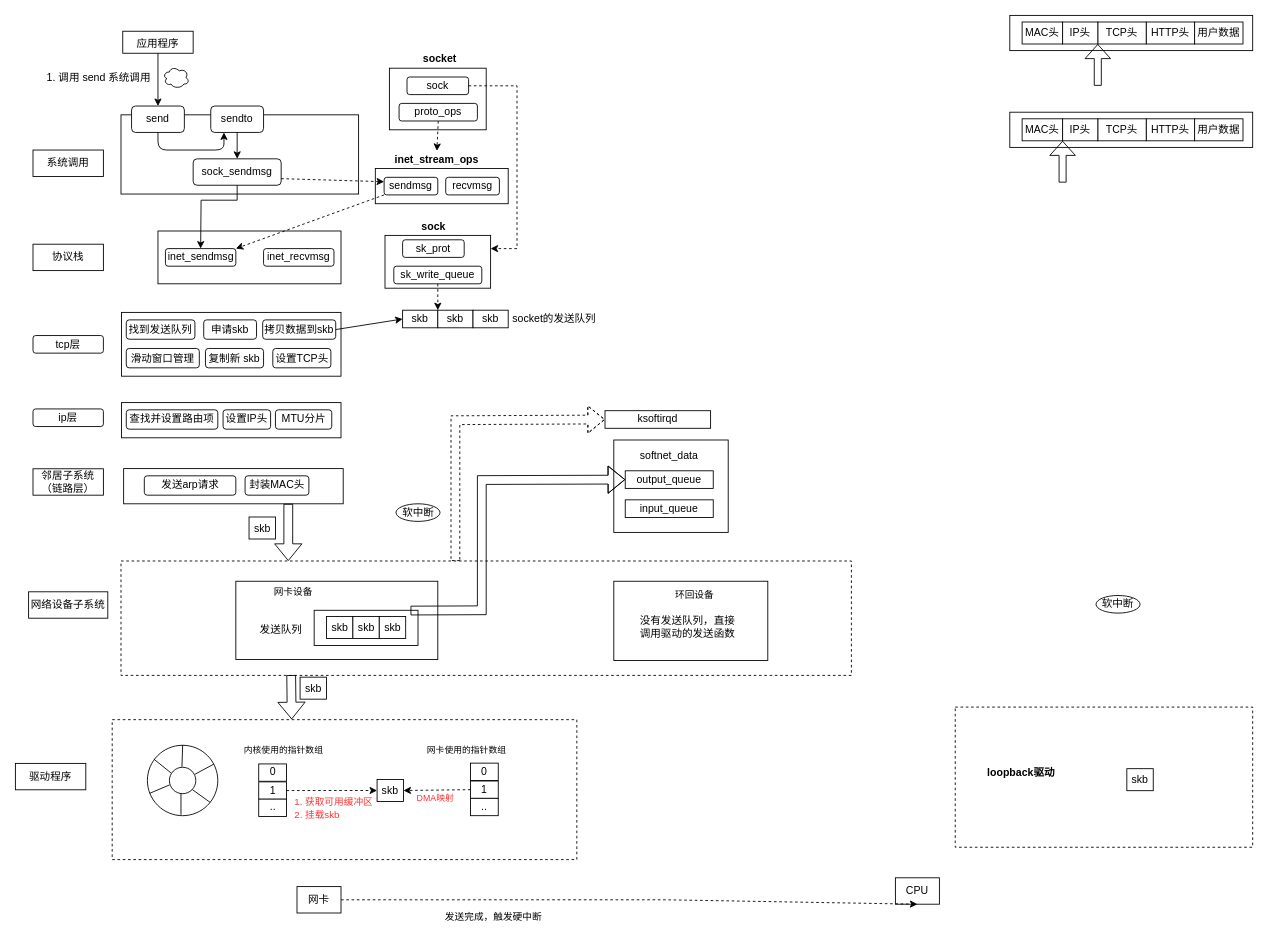
Earlier version of the draw.io diagram page "网络包发送" (2 of 2) of 图解网络.drawio (JianHao-Chen/UML). Source tidied: cells renumbered, new cells numbered last; positions are measured from the earlier drawing's top-left corner, leaving out a move shared by most shapes. Both pictures are drawn from the tidied source at 88%, with x=0, y=0 at pixel (15, 15).
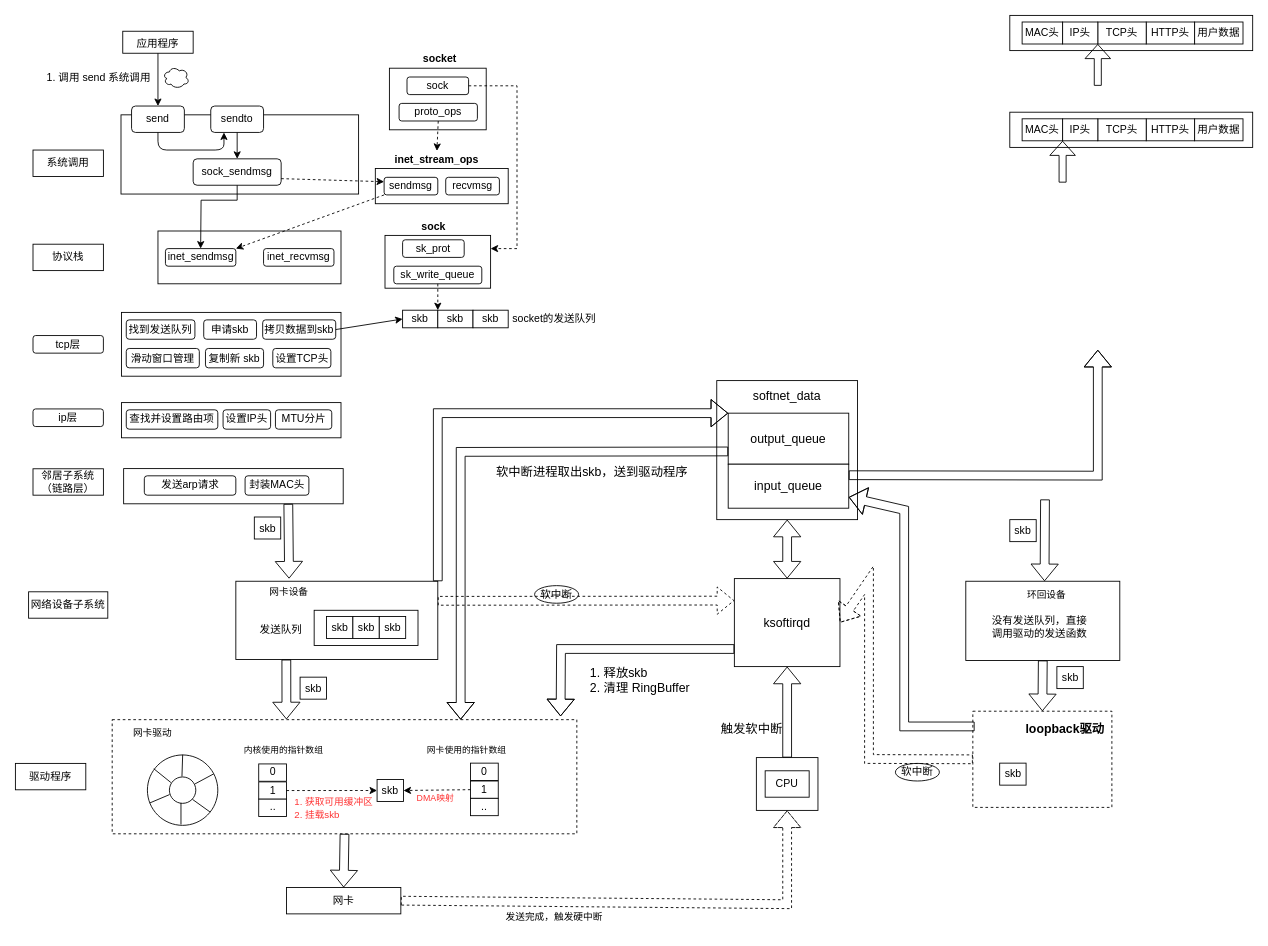
The same diagram, later.

Commit message (it also covers changes not shown here):
更新图解网络.drawio

The change refers to these unchanged cells:
```xml
<mxCell id="4" style="rounded=0;whiteSpace=wrap;html=1;strokeWidth=1;fontSize=11;fontColor=#000000;" parent="1" vertex="1">
  <mxGeometry x="250.5" y="643" width="229.5" height="89" as="geometry" />
</mxCell>
<mxCell id="72" style="rounded=0;whiteSpace=wrap;html=1;strokeWidth=1;fontSize=12;align=left;" parent="1" vertex="1">
  <mxGeometry x="123" y="515" width="249.5" height="40" as="geometry" />
</mxCell>
<mxCell id="78" style="rounded=0;whiteSpace=wrap;html=1;strokeWidth=1;fontSize=12;" parent="1" vertex="1">
  <mxGeometry x="339.5" y="676" width="118" height="40" as="geometry" />
</mxCell>
```

Change to the diagram source:
```diff
@@
-    <mxCell id="2" style="rounded=0;whiteSpace=wrap;html=1;dashed=1;" parent="1" vertex="1">
-      <mxGeometry x="120" y="620" width="830" height="130" as="geometry" />
-    </mxCell>
+    <mxCell id="125" style="rounded=0;whiteSpace=wrap;html=1;" parent="1" vertex="1">
+      <mxGeometry x="842" y="843.4" width="70" height="60" as="geometry" />
+    </mxCell>
     <mxCell id="3" style="rounded=0;whiteSpace=wrap;html=1;strokeWidth=1;fontSize=11;fontColor=#000000;dashed=1;" parent="1" vertex="1">
-      <mxGeometry x="1068" y="786" width="338" height="159.3" as="geometry" />
+      <mxGeometry x="1088" y="790.7" width="158" height="109.3" as="geometry" />
     </mxCell>
@@
     <mxCell id="5" style="rounded=0;whiteSpace=wrap;html=1;strokeWidth=1;fontSize=11;fontColor=#000000;dashed=1;" parent="1" vertex="1">
-      <mxGeometry x="110" y="800.3" width="528" height="159" as="geometry" />
+      <mxGeometry x="110" y="800.3" width="528" height="129.7" as="geometry" />
     </mxCell>
@@
     <mxCell id="76" value="网卡" style="rounded=0;whiteSpace=wrap;html=1;strokeWidth=1;fontSize=12;" parent="1" vertex="1">
-      <mxGeometry x="320" y="990" width="50" height="30" as="geometry" />
+      <mxGeometry x="308" y="991" width="130" height="30" as="geometry" />
     </mxCell>
     <mxCell id="77" value="CPU" style="rounded=0;whiteSpace=wrap;html=1;strokeWidth=1;fontSize=12;" parent="1" vertex="1">
-      <mxGeometry x="1000" y="980" width="50" height="30" as="geometry" />
+      <mxGeometry x="852" y="858.4" width="50" height="30" as="geometry" />
     </mxCell>
@@
     <mxCell id="83" style="rounded=0;whiteSpace=wrap;html=1;strokeWidth=1;fontSize=12;" parent="1" vertex="1">
-      <mxGeometry x="680" y="482.5" width="130" height="105" as="geometry" />
+      <mxGeometry x="797" y="415" width="160" height="158" as="geometry" />
     </mxCell>
-    <mxCell id="84" value="softnet_data" style="text;html=1;strokeColor=none;fillColor=none;align=center;verticalAlign=middle;whiteSpace=wrap;rounded=0;strokeWidth=1;fontSize=12;" parent="1" vertex="1">
-      <mxGeometry x="713" y="485.5" width="60" height="30" as="geometry" />
+    <mxCell id="84" value="&lt;font style=&quot;font-size: 14px;&quot;&gt;softnet_data&lt;/font&gt;" style="text;html=1;strokeColor=none;fillColor=none;align=center;verticalAlign=middle;whiteSpace=wrap;rounded=0;strokeWidth=1;fontSize=12;" parent="1" vertex="1">
+      <mxGeometry x="847" y="417.2" width="60" height="30" as="geometry" />
     </mxCell>
-    <mxCell id="85" value="output_queue" style="rounded=0;whiteSpace=wrap;html=1;strokeWidth=1;fontSize=12;" parent="1" vertex="1">
-      <mxGeometry x="693" y="517.5" width="100" height="20" as="geometry" />
+    <mxCell id="85" value="&lt;font style=&quot;font-size: 14px;&quot;&gt;output_queue&lt;/font&gt;" style="rounded=0;whiteSpace=wrap;html=1;strokeWidth=1;fontSize=12;" parent="1" vertex="1">
+      <mxGeometry x="810" y="452" width="137" height="58" as="geometry" />
     </mxCell>
-    <mxCell id="86" style="shape=flexArrow;endArrow=classic;html=1;rounded=0;fontSize=12;exitX=0.75;exitY=1;exitDx=0;exitDy=0;entryX=0.229;entryY=0;entryDx=0;entryDy=0;entryPerimeter=0;" parent="1" edge="1" source="72" target="2">
+    <mxCell id="86" style="shape=flexArrow;endArrow=classic;html=1;rounded=0;fontSize=12;exitX=0.75;exitY=1;exitDx=0;exitDy=0;entryX=0.5;entryY=0;entryDx=0;entryDy=0;" parent="1" edge="1" source="72" target="121">
       <mxGeometry relative="1" as="geometry" />
     </mxCell>
-    <mxCell id="87" value="ksoftirqd" style="rounded=0;whiteSpace=wrap;html=1;strokeWidth=1;fontSize=12;" parent="1" vertex="1">
-      <mxGeometry x="670" y="449.2" width="120" height="20" as="geometry" />
+    <mxCell id="87" value="&lt;font style=&quot;font-size: 14px;&quot;&gt;ksoftirqd&lt;/font&gt;" style="rounded=0;whiteSpace=wrap;html=1;strokeWidth=1;fontSize=12;" parent="1" vertex="1">
+      <mxGeometry x="817" y="640" width="120" height="100" as="geometry" />
     </mxCell>
-    <mxCell id="88" style="shape=flexArrow;endArrow=classic;html=1;rounded=0;fontSize=12;dashed=1;entryX=0;entryY=0.5;entryDx=0;entryDy=0;" parent="1" edge="1" target="87">
-      <mxGeometry relative="1" as="geometry">
-        <mxPoint x="500" y="620" as="sourcePoint" />
-        <Array as="points">
-          <mxPoint x="500" y="591" />
-          <mxPoint x="500" y="460" />
-        </Array>
-      </mxGeometry>
-    </mxCell>
     <mxCell id="89" value="软中断" style="ellipse;whiteSpace=wrap;html=1;strokeWidth=1;fontSize=12;" parent="1" vertex="1">
-      <mxGeometry x="432.5" y="555" width="50" height="20" as="geometry" />
+      <mxGeometry x="590" y="648" width="50" height="20" as="geometry" />
     </mxCell>
@@
     <mxCell id="91" style="verticalLabelPosition=bottom;verticalAlign=top;html=1;shape=mxgraph.basic.donut;dx=25;strokeWidth=1;fontSize=12;" parent="1" vertex="1">
-      <mxGeometry x="150" y="829.4" width="80" height="80" as="geometry" />
+      <mxGeometry x="150" y="840.4" width="80" height="80" as="geometry" />
     </mxCell>
@@
-    <mxCell id="111" style="endArrow=classic;html=1;rounded=0;dashed=1;fontSize=11;fontColor=#FF3333;exitX=1;exitY=0.5;exitDx=0;exitDy=0;entryX=0.5;entryY=1;entryDx=0;entryDy=0;" parent="1" edge="1" source="76" target="77">
-      <mxGeometry relative="1" as="geometry">
-        <Array as="points">
-          <mxPoint x="740" y="1005" />
-        </Array>
-      </mxGeometry>
-    </mxCell>
     <mxCell id="112" value="&lt;font color=&quot;#000000&quot;&gt;发送完成，触发硬中断&lt;/font&gt;" style="text;html=1;strokeColor=none;fillColor=none;align=center;verticalAlign=middle;whiteSpace=wrap;rounded=0;strokeWidth=1;fontSize=11;fontColor=#FF3333;" parent="1" vertex="1">
-      <mxGeometry x="480" y="1010" width="127" height="30" as="geometry" />
+      <mxGeometry x="548.8" y="1010" width="127" height="30" as="geometry" />
     </mxCell>
@@
     <mxCell id="114" style="rounded=0;whiteSpace=wrap;html=1;strokeWidth=1;fontSize=11;fontColor=#000000;" parent="1" vertex="1">
-      <mxGeometry x="680" y="643" width="175" height="90" as="geometry" />
+      <mxGeometry x="1080" y="643" width="175" height="90" as="geometry" />
     </mxCell>
     <mxCell id="115" value="&lt;span style=&quot;font-size: 11px;&quot;&gt;环回设备&lt;/span&gt;" style="text;html=1;strokeColor=none;fillColor=none;align=center;verticalAlign=middle;whiteSpace=wrap;rounded=0;" parent="1" vertex="1">
-      <mxGeometry x="742" y="643" width="60" height="30" as="geometry" />
+      <mxGeometry x="1142" y="643" width="60" height="30" as="geometry" />
     </mxCell>
     <mxCell id="116" value="没有发送队列，直接调用驱动的发送函数" style="text;html=1;strokeColor=none;fillColor=none;align=center;verticalAlign=middle;whiteSpace=wrap;rounded=0;strokeWidth=1;fontSize=12;" parent="1" vertex="1">
-      <mxGeometry x="705" y="680" width="118" height="30" as="geometry" />
+      <mxGeometry x="1105" y="680" width="118" height="30" as="geometry" />
     </mxCell>
-    <mxCell id="117" value="input_queue" style="rounded=0;whiteSpace=wrap;html=1;strokeWidth=1;fontSize=12;" parent="1" vertex="1">
-      <mxGeometry x="693" y="550.5" width="100" height="20" as="geometry" />
+    <mxCell id="117" value="&lt;font style=&quot;font-size: 14px;&quot;&gt;input_queue&lt;/font&gt;" style="rounded=0;whiteSpace=wrap;html=1;strokeWidth=1;fontSize=12;" parent="1" vertex="1">
+      <mxGeometry x="810" y="510" width="137" height="50" as="geometry" />
     </mxCell>
     <mxCell id="118" value="skb" style="rounded=0;whiteSpace=wrap;html=1;strokeWidth=1;fontSize=12;" parent="1" vertex="1">
-      <mxGeometry x="1263" y="856" width="30" height="25" as="geometry" />
+      <mxGeometry x="1118.5" y="849.7" width="30" height="25" as="geometry" />
     </mxCell>
-    <mxCell id="119" value="&lt;b&gt;loopback驱动&lt;/b&gt;" style="text;html=1;strokeColor=none;fillColor=none;align=center;verticalAlign=middle;whiteSpace=wrap;rounded=0;" parent="1" vertex="1">
-      <mxGeometry x="1093" y="845.7" width="100" height="30" as="geometry" />
+    <mxCell id="119" value="&lt;b&gt;&lt;font style=&quot;font-size: 14px;&quot;&gt;loopback驱动&lt;/font&gt;&lt;/b&gt;" style="text;html=1;strokeColor=none;fillColor=none;align=center;verticalAlign=middle;whiteSpace=wrap;rounded=0;" parent="1" vertex="1">
+      <mxGeometry x="1142.5" y="796.3" width="100" height="30" as="geometry" />
     </mxCell>
-    <mxCell id="120" style="shape=flexArrow;endArrow=classic;html=1;rounded=0;fontSize=12;exitX=0.233;exitY=0.997;exitDx=0;exitDy=0;exitPerimeter=0;" parent="1" edge="1" source="2">
+    <mxCell id="120" style="shape=flexArrow;endArrow=classic;html=1;rounded=0;fontSize=12;exitX=0.25;exitY=1;exitDx=0;exitDy=0;" parent="1" edge="1" source="4">
       <mxGeometry relative="1" as="geometry">
-        <mxPoint x="314" y="800" as="targetPoint" />
+        <mxPoint x="308" y="800" as="targetPoint" />
       </mxGeometry>
     </mxCell>
     <mxCell id="121" value="&lt;span style=&quot;font-size: 11px;&quot;&gt;网卡设备&lt;/span&gt;" style="text;html=1;strokeColor=none;fillColor=none;align=center;verticalAlign=middle;whiteSpace=wrap;rounded=0;" parent="1" vertex="1">
-      <mxGeometry x="286" y="640" width="60" height="30" as="geometry" />
+      <mxGeometry x="281" y="640" width="60" height="30" as="geometry" />
     </mxCell>
     <mxCell id="122" value="软中断" style="ellipse;whiteSpace=wrap;html=1;strokeWidth=1;fontSize=12;" parent="1" vertex="1">
-      <mxGeometry x="1228" y="659.2" width="50" height="20" as="geometry" />
+      <mxGeometry x="1000" y="850" width="50" height="20" as="geometry" />
     </mxCell>
-    <mxCell id="123" style="shape=flexArrow;endArrow=classic;html=1;rounded=0;entryX=0;entryY=0.5;entryDx=0;entryDy=0;exitX=0.928;exitY=0.008;exitDx=0;exitDy=0;exitPerimeter=0;" parent="1" edge="1" source="78" target="85">
-      <mxGeometry relative="1" as="geometry">
-        <Array as="points">
-          <mxPoint x="530" y="676" />
-          <mxPoint x="530" y="528" />
-        </Array>
-      </mxGeometry>
-    </mxCell>
     <mxCell id="124" value="skb" style="rounded=0;whiteSpace=wrap;html=1;strokeWidth=1;fontSize=12;" parent="1" vertex="1">
-      <mxGeometry x="265.5" y="570" width="30" height="25" as="geometry" />
+      <mxGeometry x="271.5" y="570" width="30" height="25" as="geometry" />
     </mxCell>
+    <mxCell id="126" value="&lt;span style=&quot;font-size: 11px;&quot;&gt;网卡驱动&lt;/span&gt;" style="text;html=1;strokeColor=none;fillColor=none;align=center;verticalAlign=middle;whiteSpace=wrap;rounded=0;" parent="1" vertex="1">
+      <mxGeometry x="126" y="800.3" width="60" height="30" as="geometry" />
+    </mxCell>
+    <mxCell id="127" value="skb" style="rounded=0;whiteSpace=wrap;html=1;strokeWidth=1;fontSize=12;" parent="1" vertex="1">
+      <mxGeometry x="1183.5" y="740" width="30" height="25" as="geometry" />
+    </mxCell>
+    <mxCell id="128" style="shape=flexArrow;endArrow=classic;html=1;rounded=0;fontSize=12;exitX=0.5;exitY=1;exitDx=0;exitDy=0;entryX=0.5;entryY=0;entryDx=0;entryDy=0;" parent="1" edge="1" source="114" target="3">
+      <mxGeometry relative="1" as="geometry" />
+    </mxCell>
+    <mxCell id="129" style="shape=flexArrow;endArrow=classic;html=1;rounded=0;dashed=1;exitX=1;exitY=0.5;exitDx=0;exitDy=0;entryX=0.5;entryY=1;entryDx=0;entryDy=0;" parent="1" edge="1" source="76" target="125">
+      <mxGeometry relative="1" as="geometry">
+        <Array as="points">
+          <mxPoint x="877" y="1010" />
+        </Array>
+      </mxGeometry>
+    </mxCell>
+    <mxCell id="130" style="shape=flexArrow;endArrow=classic;html=1;rounded=0;fontSize=12;exitX=0.5;exitY=1;exitDx=0;exitDy=0;entryX=0.5;entryY=0;entryDx=0;entryDy=0;" parent="1" edge="1" source="5" target="76">
+      <mxGeometry relative="1" as="geometry" />
+    </mxCell>
+    <mxCell id="131" style="shape=flexArrow;endArrow=classic;html=1;rounded=0;dashed=1;exitX=1;exitY=0.25;exitDx=0;exitDy=0;entryX=0;entryY=0.25;entryDx=0;entryDy=0;" parent="1" edge="1" source="4" target="87">
+      <mxGeometry relative="1" as="geometry" />
+    </mxCell>
+    <mxCell id="132" style="shape=flexArrow;endArrow=classic;html=1;rounded=0;exitX=1;exitY=0;exitDx=0;exitDy=0;entryX=0;entryY=0;entryDx=0;entryDy=0;" parent="1" edge="1" source="4" target="85">
+      <mxGeometry relative="1" as="geometry">
+        <Array as="points">
+          <mxPoint x="480" y="452" />
+        </Array>
+      </mxGeometry>
+    </mxCell>
+    <mxCell id="133" style="shape=flexArrow;endArrow=classic;html=1;rounded=0;fontSize=12;entryX=0.5;entryY=0;entryDx=0;entryDy=0;" parent="1" edge="1">
+      <mxGeometry relative="1" as="geometry">
+        <mxPoint x="1170" y="550" as="sourcePoint" />
+        <mxPoint x="1169.5" y="643" as="targetPoint" />
+      </mxGeometry>
+    </mxCell>
+    <mxCell id="134" value="skb" style="rounded=0;whiteSpace=wrap;html=1;strokeWidth=1;fontSize=12;" parent="1" vertex="1">
+      <mxGeometry x="1130" y="573" width="30" height="25" as="geometry" />
+    </mxCell>
+    <mxCell id="135" style="shape=flexArrow;endArrow=classic;html=1;rounded=0;fontSize=14;entryX=1;entryY=0.75;entryDx=0;entryDy=0;" parent="1" edge="1" target="117">
+      <mxGeometry relative="1" as="geometry">
+        <mxPoint x="1090" y="808" as="sourcePoint" />
+        <Array as="points">
+          <mxPoint x="1010" y="808" />
+          <mxPoint x="1010" y="562" />
+        </Array>
+      </mxGeometry>
+    </mxCell>
+    <mxCell id="136" style="shape=flexArrow;endArrow=classic;html=1;rounded=0;fontSize=14;exitX=0;exitY=0.5;exitDx=0;exitDy=0;entryX=1;entryY=0.5;entryDx=0;entryDy=0;dashed=1;" parent="1" edge="1" source="3" target="87">
+      <mxGeometry relative="1" as="geometry">
+        <Array as="points">
+          <mxPoint x="970" y="845" />
+          <mxPoint x="970" y="642" />
+        </Array>
+      </mxGeometry>
+    </mxCell>
+    <mxCell id="137" style="shape=flexArrow;endArrow=classic;startArrow=classic;html=1;rounded=0;fontSize=14;entryX=0.5;entryY=1;entryDx=0;entryDy=0;exitX=0.5;exitY=0;exitDx=0;exitDy=0;" parent="1" edge="1" source="87" target="83">
+      <mxGeometry relative="1" as="geometry" />
+    </mxCell>
+    <mxCell id="138" style="shape=flexArrow;endArrow=classic;html=1;rounded=0;fontSize=14;exitX=0;exitY=0.75;exitDx=0;exitDy=0;entryX=0.75;entryY=0;entryDx=0;entryDy=0;" parent="1" edge="1" source="85" target="5">
+      <mxGeometry relative="1" as="geometry">
+        <Array as="points">
+          <mxPoint x="506" y="496" />
+        </Array>
+      </mxGeometry>
+    </mxCell>
+    <mxCell id="139" style="shape=flexArrow;endArrow=classic;html=1;rounded=0;fontSize=14;exitX=1;exitY=0.25;exitDx=0;exitDy=0;" parent="1" edge="1" source="117">
+      <mxGeometry relative="1" as="geometry">
+        <mxPoint x="1230" y="380" as="targetPoint" />
+        <Array as="points">
+          <mxPoint x="1230" y="523" />
+        </Array>
+      </mxGeometry>
+    </mxCell>
+    <mxCell id="140" style="shape=flexArrow;endArrow=classic;html=1;rounded=0;fontSize=14;entryX=0.965;entryY=-0.029;entryDx=0;entryDy=0;entryPerimeter=0;" parent="1" edge="1" target="5">
+      <mxGeometry relative="1" as="geometry">
+        <mxPoint x="817" y="720" as="sourcePoint" />
+        <Array as="points">
+          <mxPoint x="620" y="720" />
+        </Array>
+      </mxGeometry>
+    </mxCell>
+    <mxCell id="141" style="shape=flexArrow;endArrow=classic;html=1;rounded=0;fontSize=14;entryX=0.5;entryY=1;entryDx=0;entryDy=0;exitX=0.5;exitY=0;exitDx=0;exitDy=0;" parent="1" edge="1" source="125" target="87">
+      <mxGeometry relative="1" as="geometry" />
+    </mxCell>
+    <mxCell id="142" value="触发软中断" style="text;html=1;strokeColor=none;fillColor=none;align=center;verticalAlign=middle;whiteSpace=wrap;rounded=0;fontSize=14;" parent="1" vertex="1">
+      <mxGeometry x="797" y="796.3" width="80" height="30" as="geometry" />
+    </mxCell>
+    <mxCell id="143" value="软中断进程取出skb，送到驱动程序" style="text;html=1;strokeColor=none;fillColor=none;align=center;verticalAlign=middle;whiteSpace=wrap;rounded=0;fontSize=14;" parent="1" vertex="1">
+      <mxGeometry x="540" y="504" width="231" height="30" as="geometry" />
+    </mxCell>
+    <mxCell id="144" value="&lt;div style=&quot;text-align: left;&quot;&gt;&lt;span style=&quot;background-color: initial;&quot;&gt;1. 释放skb&lt;/span&gt;&lt;/div&gt;&lt;div style=&quot;text-align: left;&quot;&gt;&lt;span style=&quot;background-color: initial;&quot;&gt;2. 清理 RingBuffer&lt;/span&gt;&lt;/div&gt;" style="text;html=1;strokeColor=none;fillColor=none;align=center;verticalAlign=middle;whiteSpace=wrap;rounded=0;fontSize=14;" parent="1" vertex="1">
+      <mxGeometry x="640" y="740" width="140" height="30" as="geometry" />
+    </mxCell>
```
